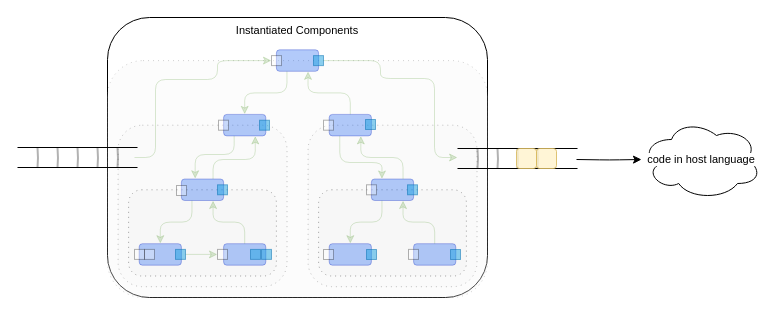
The draw.io diagram page "6. Display Outputs" (6 of 6) of helloworld0d/doc/Towards DPLs.drawio in guitarvydas/onward, before the edit. Source tidied: cells renumbered, new cells numbered last; positions are measured from the earlier drawing's top-left corner, leaving out a move shared by most shapes. Both pictures are drawn from the tidied source at 100%, with x=0, y=0 at pixel (17, 17).
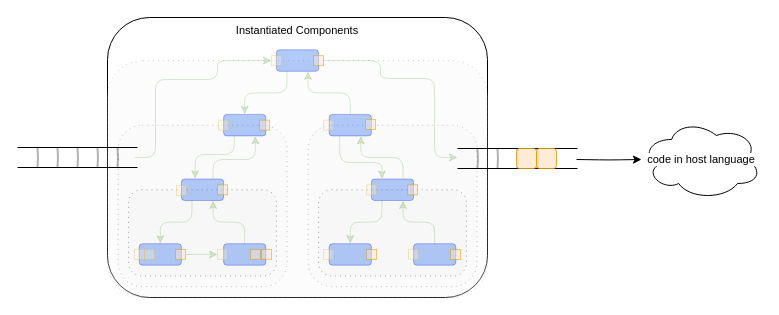
Above is the later version.

The change refers to these unchanged cells:
```xml
<mxCell id="2" value="Instantiated Components" style="rounded=1;whiteSpace=wrap;html=1;fontFamily=Helvetica;fontSize=11;fontColor=default;labelBackgroundColor=default;verticalAlign=top;" parent="1" vertex="1">
  <mxGeometry x="90" width="380" height="280" as="geometry" />
</mxCell>
```

What changed in the source:
```diff
@@
-    <mxCell id="26" style="rounded=1;whiteSpace=wrap;html=1;fontFamily=Helvetica;fontSize=11;labelBackgroundColor=default;opacity=30;arcSize=0;" parent="2" vertex="1">
+    <mxCell id="26" style="rounded=1;whiteSpace=wrap;html=1;fontFamily=Helvetica;fontSize=11;labelBackgroundColor=default;opacity=30;arcSize=0;fillColor=#fff2cc;strokeColor=#d6b656;" parent="2" vertex="1">
       <mxGeometry x="27" y="231.9" width="10" height="10" as="geometry" />
     </mxCell>
-    <mxCell id="27" style="rounded=1;whiteSpace=wrap;html=1;fontFamily=Helvetica;fontSize=11;labelBackgroundColor=default;opacity=30;arcSize=0;" parent="2" vertex="1">
+    <mxCell id="27" style="rounded=1;whiteSpace=wrap;html=1;fontFamily=Helvetica;fontSize=11;labelBackgroundColor=default;opacity=30;arcSize=0;fillColor=#fff2cc;strokeColor=#d6b656;" parent="2" vertex="1">
       <mxGeometry x="37" y="231.9" width="10" height="10" as="geometry" />
     </mxCell>
-    <mxCell id="28" style="rounded=1;whiteSpace=wrap;html=1;fontFamily=Helvetica;fontSize=11;labelBackgroundColor=default;opacity=30;arcSize=0;" parent="2" vertex="1">
+    <mxCell id="28" style="rounded=1;whiteSpace=wrap;html=1;fontFamily=Helvetica;fontSize=11;labelBackgroundColor=default;opacity=30;arcSize=0;fillColor=#fff2cc;strokeColor=#d6b656;" parent="2" vertex="1">
       <mxGeometry x="110" y="231.9" width="10" height="10" as="geometry" />
     </mxCell>
@@
-    <mxCell id="30" style="rounded=1;whiteSpace=wrap;html=1;fontFamily=Helvetica;fontSize=11;labelBackgroundColor=default;fillColor=#1ba1e2;strokeColor=#006EAF;opacity=50;arcSize=0;fontColor=#ffffff;" parent="2" vertex="1">
+    <mxCell id="30" style="rounded=1;whiteSpace=wrap;html=1;fontFamily=Helvetica;fontSize=11;labelBackgroundColor=default;fillColor=#ffe6cc;strokeColor=#d79b00;opacity=50;arcSize=0;" parent="2" vertex="1">
       <mxGeometry x="68" y="231.9" width="10" height="10" as="geometry" />
     </mxCell>
-    <mxCell id="31" style="rounded=1;whiteSpace=wrap;html=1;fontFamily=Helvetica;fontSize=11;labelBackgroundColor=default;fillColor=#1ba1e2;strokeColor=#006EAF;opacity=50;arcSize=0;fontColor=#ffffff;" parent="2" vertex="1">
+    <mxCell id="31" style="rounded=1;whiteSpace=wrap;html=1;fontFamily=Helvetica;fontSize=11;labelBackgroundColor=default;fillColor=#ffe6cc;strokeColor=#d79b00;opacity=50;arcSize=0;" parent="2" vertex="1">
       <mxGeometry x="143" y="231.9" width="10" height="10" as="geometry" />
     </mxCell>
-    <mxCell id="32" style="rounded=1;whiteSpace=wrap;html=1;fontFamily=Helvetica;fontSize=11;labelBackgroundColor=default;fillColor=#1ba1e2;strokeColor=#006EAF;opacity=50;arcSize=0;fontColor=#ffffff;" parent="2" vertex="1">
+    <mxCell id="32" style="rounded=1;whiteSpace=wrap;html=1;fontFamily=Helvetica;fontSize=11;labelBackgroundColor=default;fillColor=#ffe6cc;strokeColor=#d79b00;opacity=50;arcSize=0;" parent="2" vertex="1">
       <mxGeometry x="154" y="231.9" width="10" height="10" as="geometry" />
     </mxCell>
-    <mxCell id="33" style="rounded=1;whiteSpace=wrap;html=1;fontFamily=Helvetica;fontSize=11;labelBackgroundColor=default;fillColor=#1ba1e2;strokeColor=#006EAF;opacity=50;arcSize=0;fontColor=#ffffff;" parent="2" vertex="1">
+    <mxCell id="33" style="rounded=1;whiteSpace=wrap;html=1;fontFamily=Helvetica;fontSize=11;labelBackgroundColor=default;fillColor=#ffe6cc;strokeColor=#d79b00;opacity=50;arcSize=0;" parent="2" vertex="1">
       <mxGeometry x="110" y="167.3" width="10" height="10" as="geometry" />
     </mxCell>
-    <mxCell id="34" style="rounded=1;whiteSpace=wrap;html=1;fontFamily=Helvetica;fontSize=11;labelBackgroundColor=default;fillColor=#1ba1e2;strokeColor=#006EAF;opacity=50;arcSize=0;fontColor=#ffffff;" parent="2" vertex="1">
+    <mxCell id="34" style="rounded=1;whiteSpace=wrap;html=1;fontFamily=Helvetica;fontSize=11;labelBackgroundColor=default;fillColor=#ffe6cc;strokeColor=#d79b00;opacity=50;arcSize=0;" parent="2" vertex="1">
       <mxGeometry x="152" y="102.7" width="10" height="10" as="geometry" />
     </mxCell>
-    <mxCell id="35" style="rounded=1;whiteSpace=wrap;html=1;fontFamily=Helvetica;fontSize=11;labelBackgroundColor=default;fillColor=#1ba1e2;strokeColor=#006EAF;opacity=50;arcSize=0;fontColor=#ffffff;" parent="2" vertex="1">
+    <mxCell id="35" style="rounded=1;whiteSpace=wrap;html=1;fontFamily=Helvetica;fontSize=11;labelBackgroundColor=default;fillColor=#ffe6cc;strokeColor=#d79b00;opacity=50;arcSize=0;" parent="2" vertex="1">
       <mxGeometry x="258" y="102" width="10" height="10" as="geometry" />
     </mxCell>
-    <mxCell id="36" style="rounded=1;whiteSpace=wrap;html=1;fontFamily=Helvetica;fontSize=11;labelBackgroundColor=default;fillColor=#1ba1e2;strokeColor=#006EAF;opacity=50;arcSize=0;fontColor=#ffffff;" parent="2" vertex="1">
+    <mxCell id="36" style="rounded=1;whiteSpace=wrap;html=1;fontFamily=Helvetica;fontSize=11;labelBackgroundColor=default;fillColor=#ffe6cc;strokeColor=#d79b00;opacity=50;arcSize=0;" parent="2" vertex="1">
       <mxGeometry x="300" y="167.3" width="10" height="10" as="geometry" />
     </mxCell>
-    <mxCell id="37" style="rounded=1;whiteSpace=wrap;html=1;fontFamily=Helvetica;fontSize=11;labelBackgroundColor=default;fillColor=#1ba1e2;strokeColor=#006EAF;opacity=50;arcSize=0;fontColor=#ffffff;" parent="2" vertex="1">
+    <mxCell id="37" style="rounded=1;whiteSpace=wrap;html=1;fontFamily=Helvetica;fontSize=11;labelBackgroundColor=default;fillColor=#ffe6cc;strokeColor=#d79b00;opacity=50;arcSize=0;" parent="2" vertex="1">
       <mxGeometry x="259" y="232" width="10" height="10" as="geometry" />
     </mxCell>
-    <mxCell id="38" style="rounded=1;whiteSpace=wrap;html=1;fontFamily=Helvetica;fontSize=11;labelBackgroundColor=default;fillColor=#1ba1e2;strokeColor=#006EAF;opacity=50;arcSize=0;fontColor=#ffffff;" parent="2" vertex="1">
+    <mxCell id="38" style="rounded=1;whiteSpace=wrap;html=1;fontFamily=Helvetica;fontSize=11;labelBackgroundColor=default;fillColor=#ffe6cc;strokeColor=#d79b00;opacity=50;arcSize=0;" parent="2" vertex="1">
       <mxGeometry x="343" y="232" width="10" height="10" as="geometry" />
     </mxCell>
-    <mxCell id="39" style="rounded=1;whiteSpace=wrap;html=1;fontFamily=Helvetica;fontSize=11;labelBackgroundColor=default;fillColor=#1ba1e2;strokeColor=#006EAF;opacity=50;arcSize=0;fontColor=#ffffff;" parent="2" vertex="1">
+    <mxCell id="39" style="rounded=1;whiteSpace=wrap;html=1;fontFamily=Helvetica;fontSize=11;labelBackgroundColor=default;fillColor=#ffe6cc;strokeColor=#d79b00;opacity=50;arcSize=0;" parent="2" vertex="1">
       <mxGeometry x="206" y="38.1" width="10" height="10" as="geometry" />
     </mxCell>
-    <mxCell id="40" style="rounded=1;whiteSpace=wrap;html=1;fontFamily=Helvetica;fontSize=11;labelBackgroundColor=default;opacity=30;arcSize=0;" parent="2" vertex="1">
+    <mxCell id="40" style="rounded=1;whiteSpace=wrap;html=1;fontFamily=Helvetica;fontSize=11;labelBackgroundColor=default;opacity=30;arcSize=0;fillColor=#fff2cc;strokeColor=#d6b656;" parent="2" vertex="1">
       <mxGeometry x="69" y="168" width="10" height="10" as="geometry" />
     </mxCell>
-    <mxCell id="41" style="rounded=1;whiteSpace=wrap;html=1;fontFamily=Helvetica;fontSize=11;labelBackgroundColor=default;opacity=30;arcSize=0;" parent="2" vertex="1">
+    <mxCell id="41" style="rounded=1;whiteSpace=wrap;html=1;fontFamily=Helvetica;fontSize=11;labelBackgroundColor=default;opacity=30;arcSize=0;fillColor=#fff2cc;strokeColor=#d6b656;" parent="2" vertex="1">
       <mxGeometry x="111" y="102.7" width="10" height="10" as="geometry" />
     </mxCell>
-    <mxCell id="42" style="rounded=1;whiteSpace=wrap;html=1;fontFamily=Helvetica;fontSize=11;labelBackgroundColor=default;opacity=30;arcSize=0;" parent="2" vertex="1">
+    <mxCell id="42" style="rounded=1;whiteSpace=wrap;html=1;fontFamily=Helvetica;fontSize=11;labelBackgroundColor=default;opacity=30;arcSize=0;fillColor=#fff2cc;strokeColor=#d6b656;" parent="2" vertex="1">
       <mxGeometry x="164" y="38.1" width="10" height="10" as="geometry" />
     </mxCell>
-    <mxCell id="43" style="rounded=1;whiteSpace=wrap;html=1;fontFamily=Helvetica;fontSize=11;labelBackgroundColor=default;opacity=30;arcSize=0;" parent="2" vertex="1">
+    <mxCell id="43" style="rounded=1;whiteSpace=wrap;html=1;fontFamily=Helvetica;fontSize=11;labelBackgroundColor=default;opacity=30;arcSize=0;fillColor=#fff2cc;strokeColor=#d6b656;" parent="2" vertex="1">
       <mxGeometry x="216" y="102.7" width="10" height="10" as="geometry" />
     </mxCell>
-    <mxCell id="44" style="rounded=1;whiteSpace=wrap;html=1;fontFamily=Helvetica;fontSize=11;labelBackgroundColor=default;opacity=30;arcSize=0;" parent="2" vertex="1">
+    <mxCell id="44" style="rounded=1;whiteSpace=wrap;html=1;fontFamily=Helvetica;fontSize=11;labelBackgroundColor=default;opacity=30;arcSize=0;fillColor=#fff2cc;strokeColor=#d6b656;" parent="2" vertex="1">
       <mxGeometry x="259" y="167.3" width="10" height="10" as="geometry" />
     </mxCell>
-    <mxCell id="45" style="rounded=1;whiteSpace=wrap;html=1;fontFamily=Helvetica;fontSize=11;labelBackgroundColor=default;opacity=30;arcSize=0;" parent="2" vertex="1">
+    <mxCell id="45" style="rounded=1;whiteSpace=wrap;html=1;fontFamily=Helvetica;fontSize=11;labelBackgroundColor=default;opacity=30;arcSize=0;fillColor=#fff2cc;strokeColor=#d6b656;" parent="2" vertex="1">
       <mxGeometry x="216" y="232" width="10" height="10" as="geometry" />
     </mxCell>
-    <mxCell id="46" style="rounded=1;whiteSpace=wrap;html=1;fontFamily=Helvetica;fontSize=11;labelBackgroundColor=default;opacity=30;arcSize=0;" parent="2" vertex="1">
+    <mxCell id="46" style="rounded=1;whiteSpace=wrap;html=1;fontFamily=Helvetica;fontSize=11;labelBackgroundColor=default;opacity=30;arcSize=0;fillColor=#fff2cc;strokeColor=#d6b656;" parent="2" vertex="1">
       <mxGeometry x="301" y="231.9" width="10" height="10" as="geometry" />
     </mxCell>
@@
-    <mxCell id="65" style="rounded=1;whiteSpace=wrap;html=1;fontFamily=Helvetica;fontSize=11;labelBackgroundColor=default;opacity=80;fillColor=#fff2cc;strokeColor=#d6b656;" parent="1" vertex="1">
+    <mxCell id="65" style="rounded=1;whiteSpace=wrap;html=1;fontFamily=Helvetica;fontSize=11;labelBackgroundColor=default;opacity=80;fillColor=#ffe6cc;strokeColor=#d79b00;" parent="1" vertex="1">
       <mxGeometry x="499" y="131" width="20" height="20" as="geometry" />
     </mxCell>
-    <mxCell id="66" style="rounded=1;whiteSpace=wrap;html=1;fontFamily=Helvetica;fontSize=11;labelBackgroundColor=default;opacity=80;fillColor=#fff2cc;strokeColor=#d6b656;" parent="1" vertex="1">
+    <mxCell id="66" style="rounded=1;whiteSpace=wrap;html=1;fontFamily=Helvetica;fontSize=11;labelBackgroundColor=default;opacity=80;fillColor=#ffe6cc;strokeColor=#d79b00;" parent="1" vertex="1">
       <mxGeometry x="519" y="131" width="20" height="20" as="geometry" />
     </mxCell>
```
